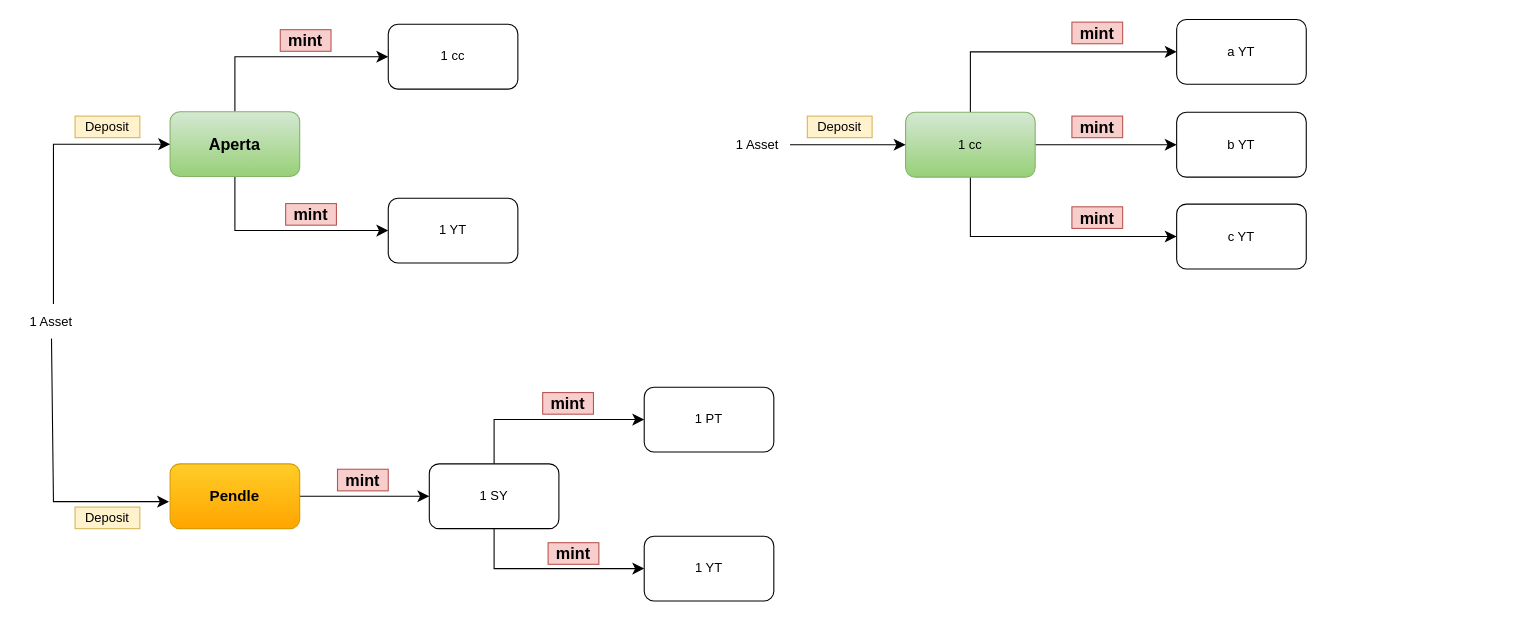
Edoumou/drawings keeps this draw.io diagram as page "Pendle" (3 of 3) of pendle.drawio. Above is the earlier version. Source tidied: cells renumbered, new cells numbered last; positions are measured from the earlier drawing's top-left corner, leaving out a move shared by most shapes. Both pictures are drawn from the tidied source at 108%, with x=0, y=0 at pixel (18, 19).
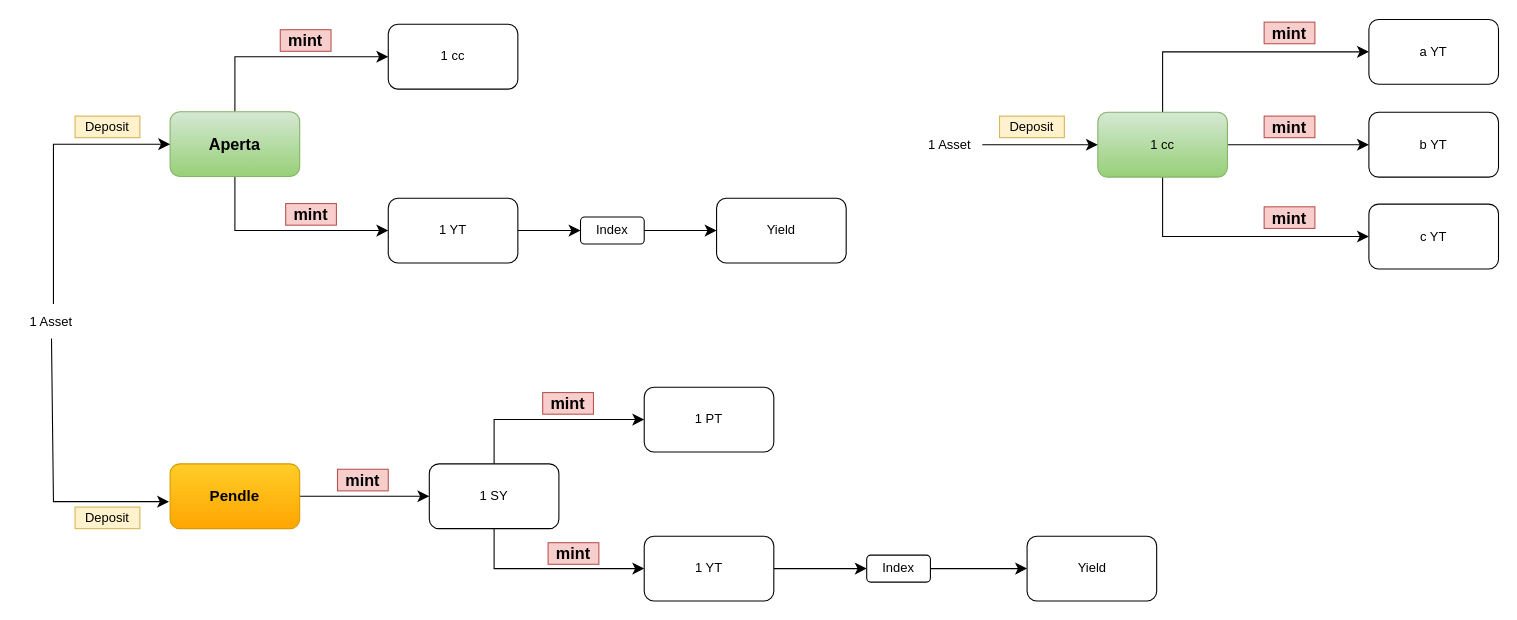
Above is the later version.

The change refers to these unchanged cells:
```xml
<mxCell id="14" value="1 YT" style="rounded=1;whiteSpace=wrap;html=1;" parent="1" vertex="1">
  <mxGeometry x="579" y="478" width="120" height="60" as="geometry" />
</mxCell>
<mxCell id="16" value="1 YT" style="rounded=1;whiteSpace=wrap;html=1;" parent="1" vertex="1">
  <mxGeometry x="342" y="165" width="120" height="60" as="geometry" />
</mxCell>
```

Change to the diagram source:
```diff
@@
+    <mxCell id="37" style="edgeStyle=none;curved=1;rounded=0;jettySize=auto;html=1;fontSize=12;startSize=8;endSize=8;" parent="1" edge="1" source="14" target="40">
+      <mxGeometry relative="1" as="geometry" />
+    </mxCell>
@@
+    <mxCell id="38" style="edgeStyle=none;curved=1;rounded=0;jettySize=auto;html=1;fontSize=12;startSize=8;endSize=8;" parent="1" edge="1" source="16" target="43">
+      <mxGeometry relative="1" as="geometry" />
+    </mxCell>
@@
+    <mxCell id="39" style="edgeStyle=none;curved=1;rounded=0;jettySize=auto;html=1;fontSize=12;startSize=8;endSize=8;" parent="1" edge="1" source="40" target="41">
+      <mxGeometry relative="1" as="geometry" />
+    </mxCell>
+    <mxCell id="40" value="Index" style="rounded=1;whiteSpace=wrap;html=1;" parent="1" vertex="1">
+      <mxGeometry x="785" y="495.5" width="59" height="25" as="geometry" />
+    </mxCell>
+    <mxCell id="41" value="Yield" style="whiteSpace=wrap;html=1;rounded=1;" parent="1" vertex="1">
+      <mxGeometry x="933.5" y="478" width="120" height="60" as="geometry" />
+    </mxCell>
+    <mxCell id="42" style="edgeStyle=none;curved=1;rounded=0;jettySize=auto;html=1;entryX=0;entryY=0.5;entryDx=0;entryDy=0;fontSize=12;startSize=8;endSize=8;" parent="1" edge="1" source="43" target="44">
+      <mxGeometry relative="1" as="geometry" />
+    </mxCell>
+    <mxCell id="43" value="Index" style="rounded=1;whiteSpace=wrap;html=1;" parent="1" vertex="1">
+      <mxGeometry x="520" y="182.5" width="59" height="25" as="geometry" />
+    </mxCell>
+    <mxCell id="44" value="Yield" style="whiteSpace=wrap;html=1;rounded=1;" parent="1" vertex="1">
+      <mxGeometry x="646" y="165" width="120" height="60" as="geometry" />
+    </mxCell>
+    <mxCell id="45" style="group;" parent="1" vertex="1">
+      <mxGeometry x="999" y="-0.5" width="371" height="231" as="geometry" />
+    </mxCell>
-    <mxCell id="24" style="edgeStyle=none;curved=1;rounded=0;jettySize=auto;html=1;entryX=0;entryY=0.5;entryDx=0;entryDy=0;fontSize=12;startSize=8;endSize=8;" parent="1" edge="1" source="27" target="28">
+    <mxCell id="24" style="edgeStyle=none;curved=1;rounded=0;jettySize=auto;html=1;entryX=0;entryY=0.5;entryDx=0;entryDy=0;fontSize=12;startSize=8;endSize=8;" parent="45" edge="1" source="27" target="28">
       <mxGeometry relative="1" as="geometry" />
     </mxCell>
-    <mxCell id="25" style="edgeStyle=none;curved=0;rounded=0;jettySize=auto;html=1;entryX=0;entryY=0.5;entryDx=0;entryDy=0;fontSize=12;startSize=8;endSize=8;" parent="1" edge="1" source="27" target="29">
+    <mxCell id="25" style="edgeStyle=none;curved=0;rounded=0;jettySize=auto;html=1;entryX=0;entryY=0.5;entryDx=0;entryDy=0;fontSize=12;startSize=8;endSize=8;" parent="45" edge="1" source="27" target="29">
       <mxGeometry relative="1" as="geometry">
         <Array as="points">
-          <mxPoint x="881" y="29.5" />
+          <mxPoint x="60" y="30" />
         </Array>
       </mxGeometry>
     </mxCell>
-    <mxCell id="26" style="edgeStyle=none;curved=0;rounded=0;jettySize=auto;html=1;entryX=0;entryY=0.5;entryDx=0;entryDy=0;fontSize=12;startSize=8;endSize=8;" parent="1" edge="1" source="27" target="30">
+    <mxCell id="26" style="edgeStyle=none;curved=0;rounded=0;jettySize=auto;html=1;entryX=0;entryY=0.5;entryDx=0;entryDy=0;fontSize=12;startSize=8;endSize=8;" parent="45" edge="1" source="27" target="30">
       <mxGeometry relative="1" as="geometry">
         <Array as="points">
-          <mxPoint x="881" y="200.5" />
+          <mxPoint x="60" y="201" />
         </Array>
       </mxGeometry>
     </mxCell>
-    <mxCell id="27" value="1 cc" style="rounded=1;whiteSpace=wrap;html=1;fillColor=#d5e8d4;gradientColor=#97d077;strokeColor=#82b366;" parent="1" vertex="1">
-      <mxGeometry x="821" y="85.5" width="120" height="60" as="geometry" />
+    <mxCell id="27" value="1 cc" style="rounded=1;whiteSpace=wrap;html=1;fillColor=#d5e8d4;gradientColor=#97d077;strokeColor=#82b366;" parent="45" vertex="1">
+      <mxGeometry y="86" width="120" height="60" as="geometry" />
     </mxCell>
-    <mxCell id="28" value="b YT" style="rounded=1;whiteSpace=wrap;html=1;" parent="1" vertex="1">
-      <mxGeometry x="1072" y="85.5" width="120" height="60" as="geometry" />
+    <mxCell id="28" value="b YT" style="rounded=1;whiteSpace=wrap;html=1;" parent="45" vertex="1">
+      <mxGeometry x="251" y="86" width="120" height="60" as="geometry" />
     </mxCell>
-    <mxCell id="29" value="a YT" style="rounded=1;whiteSpace=wrap;html=1;" parent="1" vertex="1">
-      <mxGeometry x="1072" y="-0.5" width="120" height="60" as="geometry" />
+    <mxCell id="29" value="a YT" style="rounded=1;whiteSpace=wrap;html=1;" parent="45" vertex="1">
+      <mxGeometry x="251" width="120" height="60" as="geometry" />
     </mxCell>
-    <mxCell id="30" value="c YT" style="rounded=1;whiteSpace=wrap;html=1;" parent="1" vertex="1">
-      <mxGeometry x="1072" y="170.5" width="120" height="60" as="geometry" />
+    <mxCell id="30" value="c YT" style="rounded=1;whiteSpace=wrap;html=1;" parent="45" vertex="1">
+      <mxGeometry x="251" y="171" width="120" height="60" as="geometry" />
     </mxCell>
-    <mxCell id="31" value="&lt;b&gt;&lt;font style=&quot;font-size: 15px;&quot;&gt;mint&lt;/font&gt;&lt;/b&gt;" style="text;html=1;whiteSpace=wrap;strokeColor=#b85450;fillColor=#f8cecc;align=center;verticalAlign=middle;rounded=0;" parent="1" vertex="1">
-      <mxGeometry x="975" y="2" width="47" height="20" as="geometry" />
+    <mxCell id="31" value="&lt;b&gt;&lt;font style=&quot;font-size: 15px;&quot;&gt;mint&lt;/font&gt;&lt;/b&gt;" style="text;html=1;whiteSpace=wrap;strokeColor=#b85450;fillColor=#f8cecc;align=center;verticalAlign=middle;rounded=0;" parent="45" vertex="1">
+      <mxGeometry x="154" y="2.5" width="47" height="20" as="geometry" />
     </mxCell>
-    <mxCell id="32" value="&lt;b&gt;&lt;font style=&quot;font-size: 15px;&quot;&gt;mint&lt;/font&gt;&lt;/b&gt;" style="text;html=1;whiteSpace=wrap;strokeColor=#b85450;fillColor=#f8cecc;align=center;verticalAlign=middle;rounded=0;" parent="1" vertex="1">
-      <mxGeometry x="975" y="89" width="47" height="20" as="geometry" />
+    <mxCell id="32" value="&lt;b&gt;&lt;font style=&quot;font-size: 15px;&quot;&gt;mint&lt;/font&gt;&lt;/b&gt;" style="text;html=1;whiteSpace=wrap;strokeColor=#b85450;fillColor=#f8cecc;align=center;verticalAlign=middle;rounded=0;" parent="45" vertex="1">
+      <mxGeometry x="154" y="89.5" width="47" height="20" as="geometry" />
     </mxCell>
-    <mxCell id="33" value="&lt;b&gt;&lt;font style=&quot;font-size: 15px;&quot;&gt;mint&lt;/font&gt;&lt;/b&gt;" style="text;html=1;whiteSpace=wrap;strokeColor=#b85450;fillColor=#f8cecc;align=center;verticalAlign=middle;rounded=0;" parent="1" vertex="1">
-      <mxGeometry x="975" y="173" width="47" height="20" as="geometry" />
+    <mxCell id="33" value="&lt;b&gt;&lt;font style=&quot;font-size: 15px;&quot;&gt;mint&lt;/font&gt;&lt;/b&gt;" style="text;html=1;whiteSpace=wrap;strokeColor=#b85450;fillColor=#f8cecc;align=center;verticalAlign=middle;rounded=0;" parent="45" vertex="1">
+      <mxGeometry x="154" y="173.5" width="47" height="20" as="geometry" />
     </mxCell>
+    <mxCell id="46" style="group;" parent="1" vertex="1">
+      <mxGeometry x="832" y="89" width="136" height="41.5" as="geometry" />
+    </mxCell>
-    <mxCell id="34" style="edgeStyle=none;curved=1;rounded=0;jettySize=auto;html=1;entryX=0;entryY=0.5;entryDx=0;entryDy=0;fontSize=12;startSize=8;endSize=8;" parent="1" edge="1" source="35" target="27">
+    <mxCell id="34" style="edgeStyle=none;curved=1;rounded=0;jettySize=auto;html=1;entryX=0;entryY=0.5;entryDx=0;entryDy=0;fontSize=12;startSize=8;endSize=8;" parent="46" edge="1" source="35" target="27">
       <mxGeometry relative="1" as="geometry" />
     </mxCell>
-    <mxCell id="35" value="1 Asset" style="text;html=1;whiteSpace=wrap;strokeColor=none;fillColor=none;align=center;verticalAlign=middle;rounded=0;" parent="1" vertex="1">
-      <mxGeometry x="654" y="100.5" width="60" height="30" as="geometry" />
+    <mxCell id="35" value="1 Asset" style="text;html=1;whiteSpace=wrap;strokeColor=none;fillColor=none;align=center;verticalAlign=middle;rounded=0;" parent="46" vertex="1">
+      <mxGeometry y="11.5" width="60" height="30" as="geometry" />
     </mxCell>
-    <mxCell id="36" value="Deposit" style="text;html=1;whiteSpace=wrap;strokeColor=#d6b656;fillColor=#fff2cc;align=center;verticalAlign=middle;rounded=0;" parent="1" vertex="1">
-      <mxGeometry x="730" y="89" width="60" height="20" as="geometry" />
+    <mxCell id="36" value="Deposit" style="text;html=1;whiteSpace=wrap;strokeColor=#d6b656;fillColor=#fff2cc;align=center;verticalAlign=middle;rounded=0;" parent="46" vertex="1">
+      <mxGeometry x="76" width="60" height="20" as="geometry" />
     </mxCell>
```
